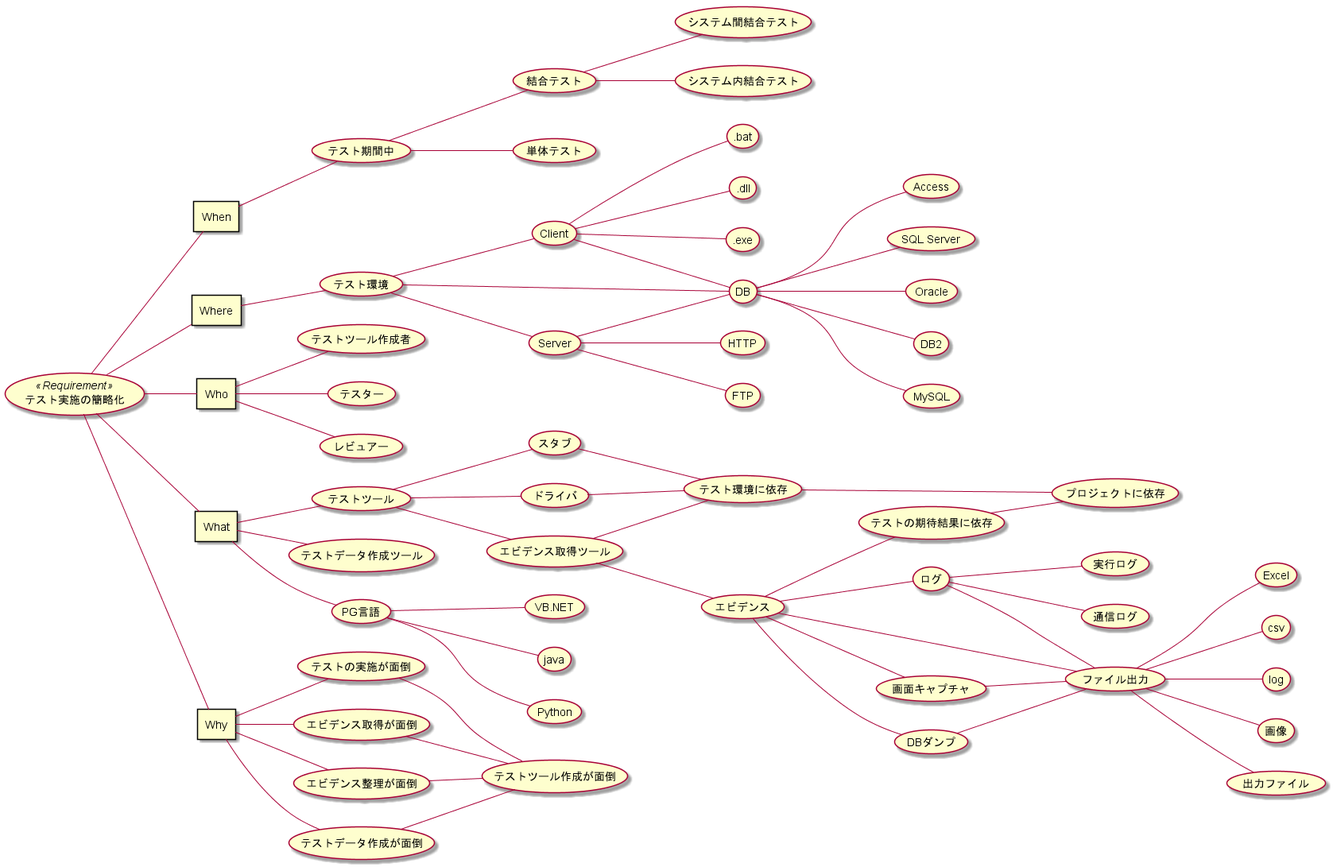
Above: doc/01_要件定義/img/マインドマップ.png in hirorich/CommonTool (PlantUML), before the change.
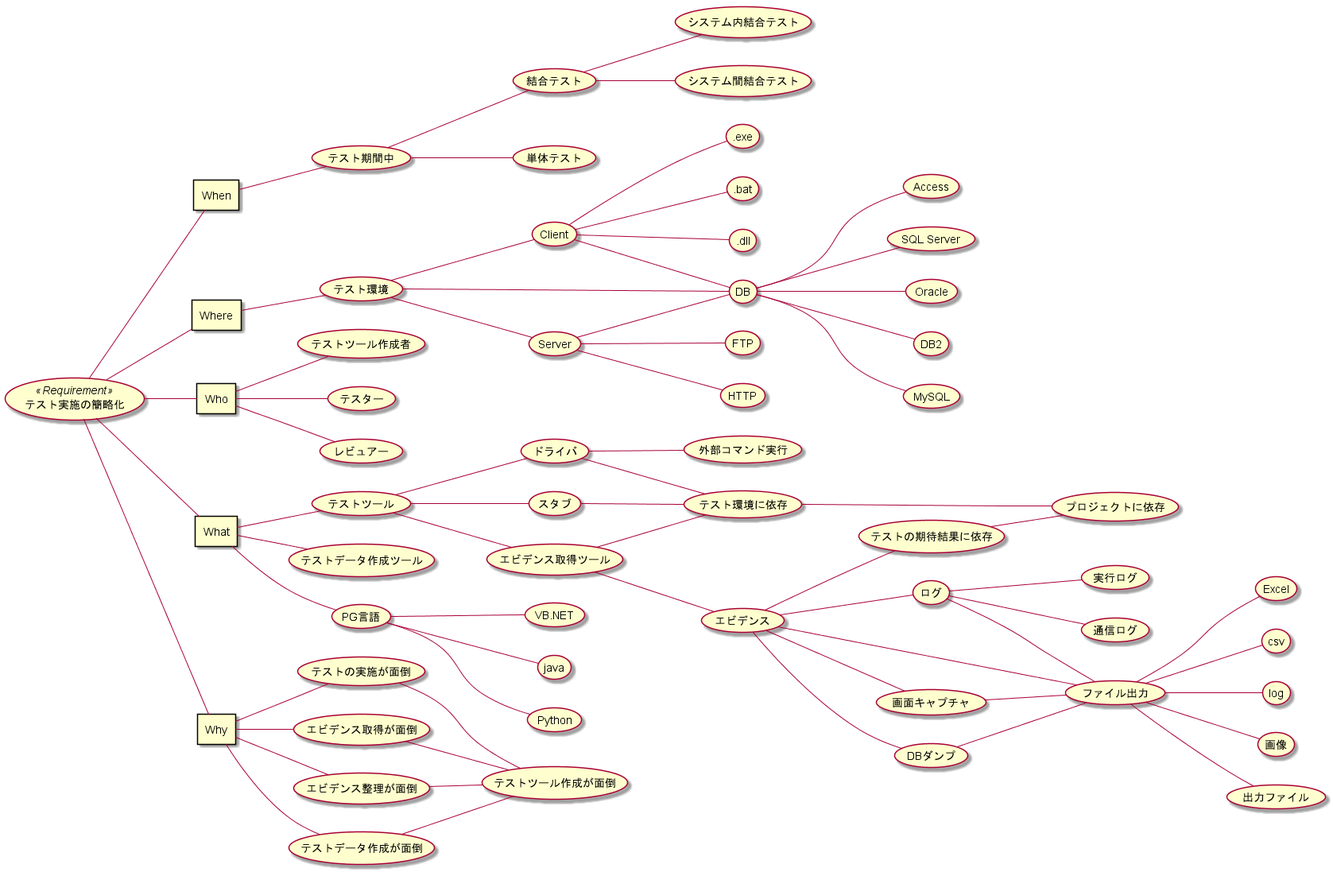
After the change.

The edit, as a diff of the source:
```diff
@@ -86,6 +86,7 @@
 (obj13) -- (obj2)
 (obj13) -- (obj3)
 (obj13) -- (obj14)
+(obj3) -- (外部コマンド実行)
 (obj14) -- (obj1)
 (obj2) -- (obj4)
 (obj3) -- (obj4)
```
